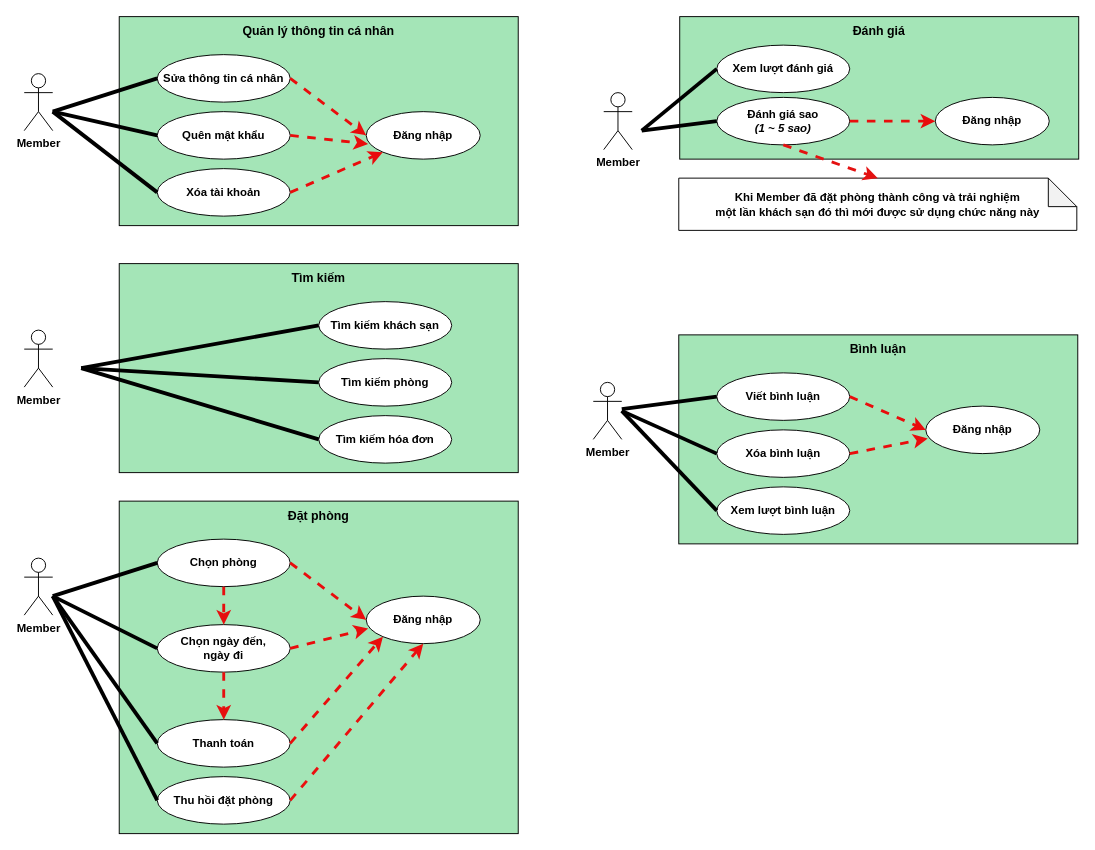
maivanlong74/Hotell-Jade-Dragon keeps this draw.io diagram as page "Member" (4 of 5) of Bai_Bao_Cao/Biểu đồ/UseCase.drawio. Above is the earlier version. Source tidied: cells renumbered, new cells numbered last; positions are measured from the earlier drawing's top-left corner, leaving out a move shared by most shapes. Both pictures are drawn from the tidied source at 95%, with x=0, y=0 at pixel (24, 16).
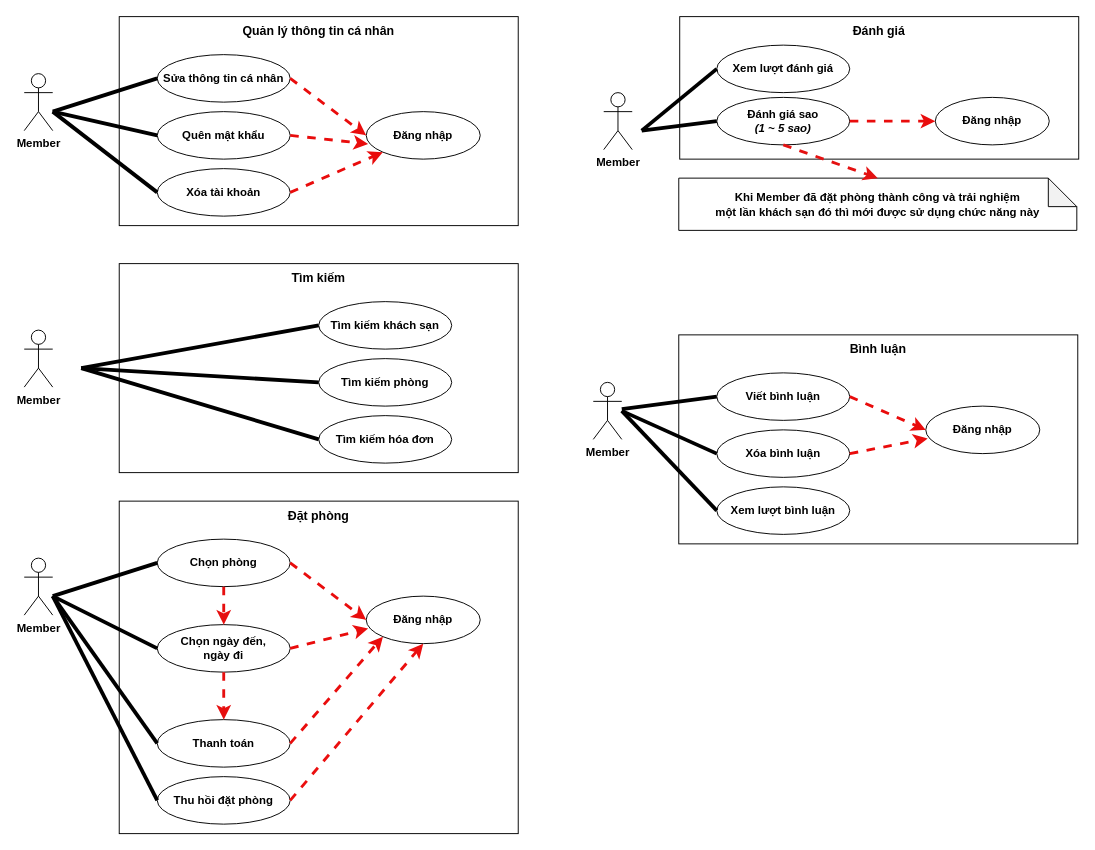
The same page after the edit.

What changed in the source:
```diff
@@
-    <mxCell id="2" style="rounded=0;whiteSpace=wrap;html=1;fillColor=#A4E5B7;" parent="1" vertex="1">
+    <mxCell id="2" style="rounded=0;whiteSpace=wrap;html=1;" parent="1" vertex="1">
       <mxGeometry x="100" width="420" height="220" as="geometry" />
     </mxCell>
@@
-    <mxCell id="16" style="rounded=0;whiteSpace=wrap;html=1;fillColor=#A4E5B7;" parent="1" vertex="1">
+    <mxCell id="16" style="rounded=0;whiteSpace=wrap;html=1;" parent="1" vertex="1">
       <mxGeometry x="100" y="260" width="420" height="220" as="geometry" />
     </mxCell>
@@
-    <mxCell id="25" style="rounded=0;whiteSpace=wrap;html=1;fillColor=#A4E5B7;" parent="1" vertex="1">
+    <mxCell id="25" style="rounded=0;whiteSpace=wrap;html=1;" parent="1" vertex="1">
       <mxGeometry x="100" y="510" width="420" height="350" as="geometry" />
     </mxCell>
@@
-    <mxCell id="44" style="rounded=0;whiteSpace=wrap;html=1;fillColor=#A4E5B7;" parent="1" vertex="1">
+    <mxCell id="44" style="rounded=0;whiteSpace=wrap;html=1;" parent="1" vertex="1">
       <mxGeometry x="690" width="420" height="150" as="geometry" />
     </mxCell>
@@
-    <mxCell id="51" style="rounded=0;whiteSpace=wrap;html=1;fillColor=#A4E5B7;" parent="1" vertex="1">
+    <mxCell id="51" style="rounded=0;whiteSpace=wrap;html=1;" parent="1" vertex="1">
       <mxGeometry x="689" y="335" width="420" height="220" as="geometry" />
     </mxCell>
```
